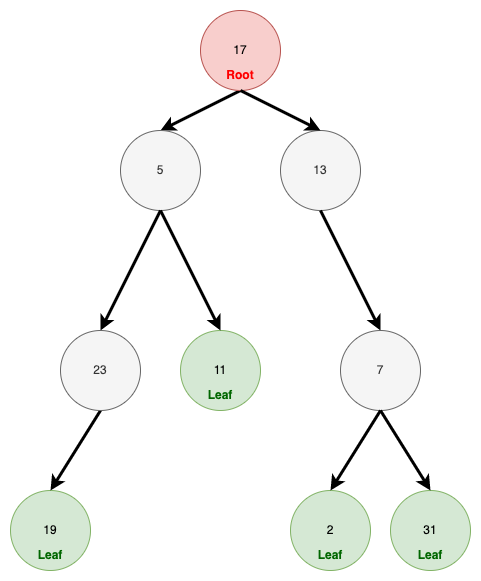
Above: pics/0012_path_sum_treenode.png in rickbsr/example-leetcode (draw.io), before the change. Source tidied: cells renumbered, new cells last; positions are measured from the earlier drawing's top-left corner, leaving out a move shared by most shapes.
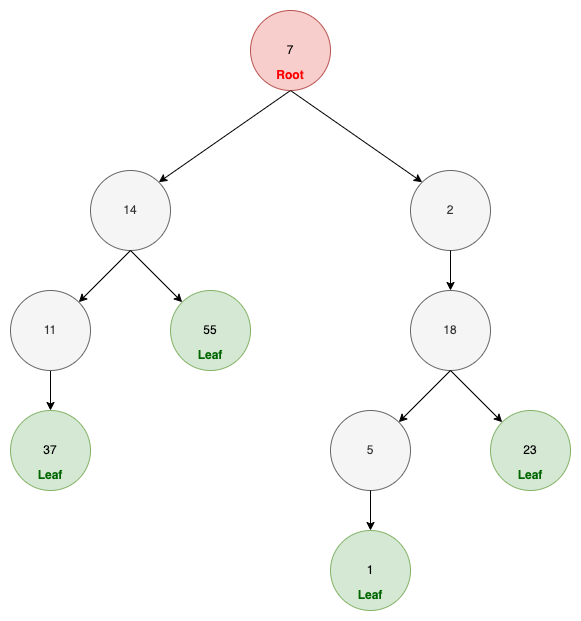
After the commit.

Change to the diagram source:
```diff
@@ -2,75 +2,77 @@
   <root>
     <mxCell id="0" />
     <mxCell id="1" parent="0" />
+    <mxCell id="24" value="1" style="ellipse;whiteSpace=wrap;html=1;fillColor=#d5e8d4;strokeColor=#82b366;" parent="1" vertex="1">
+      <mxGeometry x="270" y="520" width="80" height="80" as="geometry" />
+    </mxCell>
-    <mxCell id="2" style="rounded=0;jettySize=auto;html=1;exitX=0.5;exitY=1;exitDx=0;exitDy=0;entryX=0.5;entryY=0;entryDx=0;entryDy=0;strokeWidth=3;" parent="1" edge="1" source="3" target="6">
+    <mxCell id="2" style="rounded=0;jettySize=auto;html=1;exitX=0.5;exitY=1;exitDx=0;exitDy=0;entryX=1;entryY=0;entryDx=0;entryDy=0;" parent="1" edge="1" source="3" target="6">
       <mxGeometry relative="1" as="geometry" />
     </mxCell>
-    <mxCell id="3" value="17" style="ellipse;whiteSpace=wrap;html=1;fillColor=#f8cecc;strokeColor=#b85450;" parent="1" vertex="1">
+    <mxCell id="3" value="7" style="ellipse;whiteSpace=wrap;html=1;fillColor=#f8cecc;strokeColor=#b85450;" parent="1" vertex="1">
       <mxGeometry x="190" width="80" height="80" as="geometry" />
     </mxCell>
-    <mxCell id="4" value="11" style="ellipse;whiteSpace=wrap;html=1;fillColor=#d5e8d4;strokeColor=#82b366;" parent="1" vertex="1">
-      <mxGeometry x="170" y="320" width="80" height="80" as="geometry" />
+    <mxCell id="4" value="55" style="ellipse;whiteSpace=wrap;html=1;fillColor=#d5e8d4;strokeColor=#82b366;" parent="1" vertex="1">
+      <mxGeometry x="110" y="280" width="80" height="80" as="geometry" />
     </mxCell>
-    <mxCell id="5" value="19" style="ellipse;whiteSpace=wrap;html=1;fillColor=#d5e8d4;strokeColor=#82b366;" parent="1" vertex="1">
-      <mxGeometry y="480" width="80" height="80" as="geometry" />
+    <mxCell id="5" value="37" style="ellipse;whiteSpace=wrap;html=1;fillColor=#d5e8d4;strokeColor=#82b366;" parent="1" vertex="1">
+      <mxGeometry x="-50" y="400" width="80" height="80" as="geometry" />
     </mxCell>
-    <mxCell id="6" value="5" style="ellipse;whiteSpace=wrap;html=1;fillColor=#f5f5f5;strokeColor=#666666;fontColor=#333333;" parent="1" vertex="1">
-      <mxGeometry x="110" y="120" width="80" height="80" as="geometry" />
+    <mxCell id="6" value="14" style="ellipse;whiteSpace=wrap;html=1;fillColor=#f5f5f5;strokeColor=#666666;fontColor=#333333;" parent="1" vertex="1">
+      <mxGeometry x="30" y="160" width="80" height="80" as="geometry" />
     </mxCell>
-    <mxCell id="7" value="13" style="ellipse;whiteSpace=wrap;html=1;fillColor=#f5f5f5;strokeColor=#666666;fontColor=#333333;" parent="1" vertex="1">
-      <mxGeometry x="270" y="120" width="80" height="80" as="geometry" />
+    <mxCell id="7" value="2" style="ellipse;whiteSpace=wrap;html=1;fillColor=#f5f5f5;strokeColor=#666666;fontColor=#333333;" parent="1" vertex="1">
+      <mxGeometry x="350" y="160" width="80" height="80" as="geometry" />
     </mxCell>
-    <mxCell id="8" value="2" style="ellipse;whiteSpace=wrap;html=1;fillColor=#d5e8d4;strokeColor=#82b366;" parent="1" vertex="1">
-      <mxGeometry x="280" y="480" width="80" height="80" as="geometry" />
+    <mxCell id="8" value="5" style="ellipse;whiteSpace=wrap;html=1;fillColor=#f5f5f5;strokeColor=#666666;fontColor=#333333;" parent="1" vertex="1">
+      <mxGeometry x="270" y="400" width="80" height="80" as="geometry" />
     </mxCell>
-    <mxCell id="9" style="rounded=0;jettySize=auto;html=1;exitX=0.5;exitY=1;exitDx=0;exitDy=0;entryX=0.5;entryY=0;entryDx=0;entryDy=0;strokeWidth=3;" parent="1" edge="1" target="7">
-      <mxGeometry relative="1" as="geometry">
-        <mxPoint x="230" y="80" as="sourcePoint" />
-      </mxGeometry>
+    <mxCell id="9" style="rounded=0;jettySize=auto;html=1;exitX=0.5;exitY=1;exitDx=0;exitDy=0;entryX=0;entryY=0;entryDx=0;entryDy=0;" parent="1" edge="1" source="3" target="7">
+      <mxGeometry relative="1" as="geometry" />
     </mxCell>
-    <mxCell id="10" style="rounded=0;jettySize=auto;html=1;entryX=0.5;entryY=0;entryDx=0;entryDy=0;exitX=0.5;exitY=1;exitDx=0;exitDy=0;strokeWidth=3;" parent="1" edge="1" source="6" target="4">
+    <mxCell id="10" style="rounded=0;jettySize=auto;html=1;entryX=0;entryY=0;entryDx=0;entryDy=0;exitX=0.5;exitY=1;exitDx=0;exitDy=0;" parent="1" edge="1" source="6" target="4">
       <mxGeometry relative="1" as="geometry" />
     </mxCell>
-    <mxCell id="11" style="rounded=0;jettySize=auto;html=1;entryX=0.5;entryY=0;entryDx=0;entryDy=0;exitX=0.5;exitY=1;exitDx=0;exitDy=0;strokeWidth=3;" parent="1" edge="1" source="6" target="18">
+    <mxCell id="11" style="rounded=0;jettySize=auto;html=1;exitX=0.5;exitY=1;exitDx=0;exitDy=0;" parent="1" edge="1" source="6" target="18">
       <mxGeometry relative="1" as="geometry" />
     </mxCell>
-    <mxCell id="12" style="rounded=0;jettySize=auto;html=1;entryX=0.5;entryY=0;entryDx=0;entryDy=0;exitX=0.5;exitY=1;exitDx=0;exitDy=0;strokeWidth=3;" parent="1" edge="1" source="7" target="19">
+    <mxCell id="12" style="rounded=0;jettySize=auto;html=1;entryX=0.5;entryY=0;entryDx=0;entryDy=0;exitX=0.5;exitY=1;exitDx=0;exitDy=0;" parent="1" edge="1" source="7" target="19">
       <mxGeometry relative="1" as="geometry" />
     </mxCell>
     <mxCell id="13" value="&lt;font color=&quot;#ff0000&quot;&gt;&lt;b&gt;Root&lt;/b&gt;&lt;/font&gt;" style="text;html=1;strokeColor=none;fillColor=none;align=center;verticalAlign=middle;whiteSpace=wrap;rounded=0;" parent="1" vertex="1">
       <mxGeometry x="200" y="50" width="60" height="30" as="geometry" />
     </mxCell>
     <mxCell id="14" value="&lt;b style=&quot;&quot;&gt;&lt;font color=&quot;#006600&quot;&gt;Leaf&lt;/font&gt;&lt;/b&gt;" style="text;html=1;strokeColor=none;fillColor=none;align=center;verticalAlign=middle;whiteSpace=wrap;rounded=0;" parent="1" vertex="1">
-      <mxGeometry x="10" y="530" width="60" height="30" as="geometry" />
+      <mxGeometry x="-40" y="450" width="60" height="30" as="geometry" />
     </mxCell>
     <mxCell id="15" value="&lt;b style=&quot;&quot;&gt;&lt;font color=&quot;#006600&quot;&gt;Leaf&lt;/font&gt;&lt;/b&gt;" style="text;html=1;strokeColor=none;fillColor=none;align=center;verticalAlign=middle;whiteSpace=wrap;rounded=0;" parent="1" vertex="1">
-      <mxGeometry x="180" y="370" width="60" height="30" as="geometry" />
+      <mxGeometry x="120" y="330" width="60" height="30" as="geometry" />
     </mxCell>
     <mxCell id="16" value="&lt;b style=&quot;&quot;&gt;&lt;font color=&quot;#006600&quot;&gt;Leaf&lt;/font&gt;&lt;/b&gt;" style="text;html=1;strokeColor=none;fillColor=none;align=center;verticalAlign=middle;whiteSpace=wrap;rounded=0;" parent="1" vertex="1">
-      <mxGeometry x="290" y="530" width="60" height="30" as="geometry" />
+      <mxGeometry x="280" y="570" width="60" height="30" as="geometry" />
     </mxCell>
-    <mxCell id="17" style="edgeStyle=none;rounded=0;jettySize=auto;html=1;entryX=0.5;entryY=0;entryDx=0;entryDy=0;fontColor=#006600;exitX=0.5;exitY=1;exitDx=0;exitDy=0;strokeWidth=3;" parent="1" edge="1" source="18" target="5">
+    <mxCell id="17" style="edgeStyle=none;rounded=0;jettySize=auto;html=1;entryX=0.5;entryY=0;entryDx=0;entryDy=0;fontColor=#006600;exitX=0.5;exitY=1;exitDx=0;exitDy=0;" parent="1" edge="1" source="18" target="5">
       <mxGeometry relative="1" as="geometry" />
     </mxCell>
-    <mxCell id="18" value="23" style="ellipse;whiteSpace=wrap;html=1;fillColor=#f5f5f5;strokeColor=#666666;fontColor=#333333;" parent="1" vertex="1">
-      <mxGeometry x="50" y="320" width="80" height="80" as="geometry" />
+    <mxCell id="18" value="11" style="ellipse;whiteSpace=wrap;html=1;fillColor=#f5f5f5;strokeColor=#666666;fontColor=#333333;" parent="1" vertex="1">
+      <mxGeometry x="-50" y="280" width="80" height="80" as="geometry" />
     </mxCell>
-    <mxCell id="19" value="7" style="ellipse;whiteSpace=wrap;html=1;fillColor=#f5f5f5;strokeColor=#666666;fontColor=#333333;" parent="1" vertex="1">
-      <mxGeometry x="330" y="320" width="80" height="80" as="geometry" />
+    <mxCell id="19" value="18" style="ellipse;whiteSpace=wrap;html=1;fillColor=#f5f5f5;strokeColor=#666666;fontColor=#333333;" parent="1" vertex="1">
+      <mxGeometry x="350" y="280" width="80" height="80" as="geometry" />
     </mxCell>
-    <mxCell id="20" style="edgeStyle=none;rounded=0;jettySize=auto;html=1;entryX=0.5;entryY=0;entryDx=0;entryDy=0;fontColor=#006600;exitX=0.5;exitY=1;exitDx=0;exitDy=0;strokeWidth=3;" parent="1" edge="1" target="8">
-      <mxGeometry relative="1" as="geometry">
-        <mxPoint x="370" y="400" as="sourcePoint" />
-      </mxGeometry>
+    <mxCell id="20" style="edgeStyle=none;rounded=0;jettySize=auto;html=1;entryX=1;entryY=0;entryDx=0;entryDy=0;fontColor=#006600;exitX=0.5;exitY=1;exitDx=0;exitDy=0;" parent="1" edge="1" source="19" target="8">
+      <mxGeometry relative="1" as="geometry" />
     </mxCell>
-    <mxCell id="21" value="31" style="ellipse;whiteSpace=wrap;html=1;fillColor=#d5e8d4;strokeColor=#82b366;" parent="1" vertex="1">
-      <mxGeometry x="380" y="480" width="80" height="80" as="geometry" />
+    <mxCell id="21" value="23" style="ellipse;whiteSpace=wrap;html=1;fillColor=#d5e8d4;strokeColor=#82b366;" parent="1" vertex="1">
+      <mxGeometry x="430" y="400" width="80" height="80" as="geometry" />
     </mxCell>
     <mxCell id="22" value="&lt;b style=&quot;&quot;&gt;&lt;font color=&quot;#006600&quot;&gt;Leaf&lt;/font&gt;&lt;/b&gt;" style="text;html=1;strokeColor=none;fillColor=none;align=center;verticalAlign=middle;whiteSpace=wrap;rounded=0;" parent="1" vertex="1">
-      <mxGeometry x="390" y="530" width="60" height="30" as="geometry" />
+      <mxGeometry x="440" y="450" width="60" height="30" as="geometry" />
     </mxCell>
-    <mxCell id="23" style="edgeStyle=none;rounded=0;jettySize=auto;html=1;entryX=0.5;entryY=0;entryDx=0;entryDy=0;fontColor=#006600;exitX=0.5;exitY=1;exitDx=0;exitDy=0;strokeWidth=3;" parent="1" edge="1" source="19" target="21">
+    <mxCell id="23" style="edgeStyle=none;rounded=0;jettySize=auto;html=1;fontColor=#006600;exitX=0.5;exitY=1;exitDx=0;exitDy=0;" parent="1" edge="1" source="19" target="21">
       <mxGeometry relative="1" as="geometry" />
     </mxCell>
+    <mxCell id="25" style="edgeStyle=none;rounded=0;jettySize=auto;html=1;fontColor=#006600;exitX=0.5;exitY=1;exitDx=0;exitDy=0;" parent="1" edge="1" source="8" target="24">
+      <mxGeometry relative="1" as="geometry" />
+    </mxCell>
   </root>
 </mxGraphModel>
```
